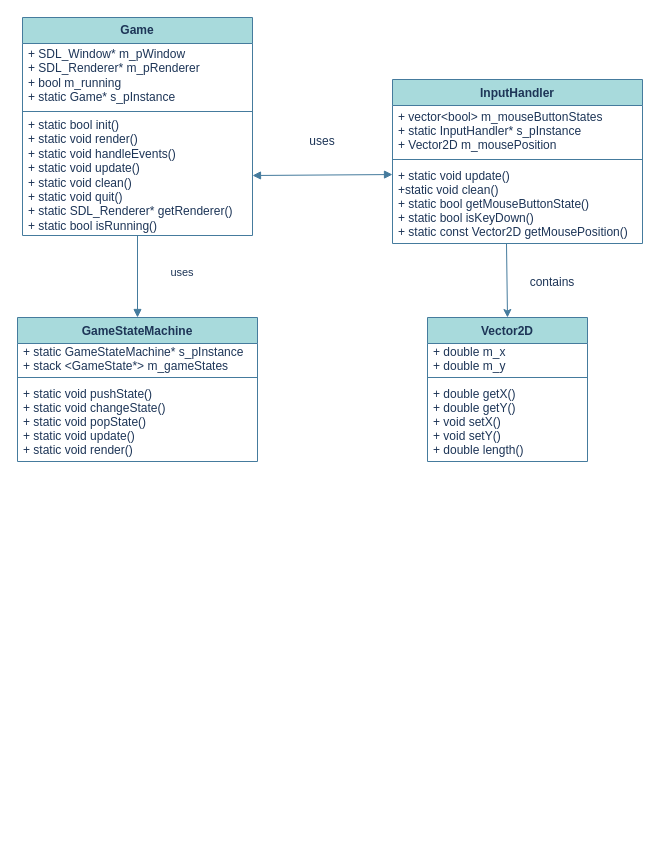
Earlier version of the draw.io diagram class-diagram.drawio (ThapeloSeletisha/SDL-Game_States). Source tidied: cells renumbered, new cells numbered last; positions are measured from the earlier drawing's top-left corner, leaving out a move shared by most shapes. Both pictures are drawn from the tidied source at 100%, with x=0, y=0 at pixel (17, 17).
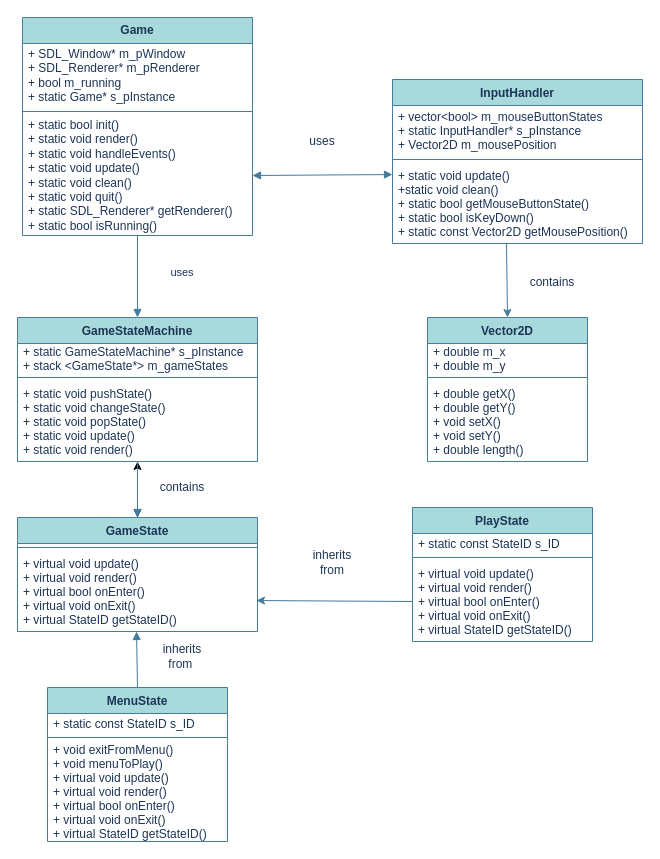
After the change.

Commit message (it also covers changes not shown here):
Update class-diagram

The change refers to these unchanged cells:
```xml
<mxCell id="18" value="GameStateMachine" style="swimlane;fontStyle=1;align=center;verticalAlign=middle;horizontal=1;startSize=26;fillColor=#A8DADC;strokeColor=#457B9D;fontColor=#1D3557;" parent="1" vertex="1">
  <mxGeometry y="300" width="240" height="144" as="geometry" />
</mxCell>
<mxCell id="21" value="+ static void pushState()&#10;+ static void changeState()&#10;+ static void popState()&#10;+ static void update()&#10;+ static void render()" style="text;strokeColor=none;fillColor=none;align=left;verticalAlign=middle;spacingLeft=4;spacingRight=4;overflow=hidden;points=[[0,0.5],[1,0.5]];portConstraint=eastwest;fontColor=#1D3557;" parent="18" vertex="1">
  <mxGeometry y="64" width="240" height="80" as="geometry" />
</mxCell>
```

What changed in the source:
```diff
@@
+    <mxCell id="24" style="edgeStyle=none;html=1;fontFamily=Helvetica;fontSize=12;fontColor=#1D3557;startSize=26;entryX=0.5;entryY=0;entryDx=0;entryDy=0;" parent="1" edge="1" source="18" target="26">
+      <mxGeometry relative="1" as="geometry" />
+    </mxCell>
@@
+    <mxCell id="25" style="edgeStyle=none;html=1;fontFamily=Helvetica;fontSize=12;fontColor=#1D3557;startSize=26;" parent="1" edge="1" source="26" target="21">
+      <mxGeometry relative="1" as="geometry" />
+    </mxCell>
+    <mxCell id="26" value="GameState" style="swimlane;fontStyle=1;align=center;verticalAlign=top;horizontal=1;startSize=26;fontFamily=Helvetica;fontSize=12;fontColor=#1D3557;strokeColor=#457B9D;fillColor=#A8DADC;" parent="1" vertex="1">
+      <mxGeometry y="500" width="240" height="114" as="geometry" />
+    </mxCell>
+    <mxCell id="27" style="line;strokeWidth=1;fillColor=none;align=left;verticalAlign=middle;spacingTop=-1;spacingLeft=3;spacingRight=3;labelPosition=right;fontFamily=Helvetica;fontSize=12;fontColor=#1D3557;startSize=26;strokeColor=#457B9D;labelBackgroundColor=#F1FAEE;" parent="26" vertex="1">
+      <mxGeometry y="26" width="240" height="8" as="geometry" />
+    </mxCell>
+    <mxCell id="28" value="+ virtual void update()&#10;+ virtual void render()&#10;+ virtual bool onEnter()&#10;+ virtual void onExit()&#10;+ virtual StateID getStateID()" style="text;strokeColor=none;fillColor=none;align=left;verticalAlign=middle;spacingLeft=4;spacingRight=4;overflow=hidden;points=[[0,0.5],[1,0.5]];portConstraint=eastwest;fontFamily=Helvetica;fontSize=12;fontColor=#1D3557;startSize=26;" parent="26" vertex="1">
+      <mxGeometry y="34" width="240" height="80" as="geometry" />
+    </mxCell>
+    <mxCell id="29" style="endArrow=block;html=1;fontFamily=Helvetica;fontSize=12;fontColor=#1D3557;exitX=0.5;exitY=1;exitDx=0;exitDy=0;entryX=0.5;entryY=0;entryDx=0;entryDy=0;labelBackgroundColor=#F1FAEE;align=left;strokeColor=#457B9D;endFill=1;fillColor=none;strokeWidth=1;spacingTop=-1;spacingLeft=3;spacingRight=3;exitPerimeter=0;" parent="1" edge="1" source="21" target="26">
+      <mxGeometry relative="1" as="geometry" />
+    </mxCell>
+    <mxCell id="30" value="contains" style="text;html=1;strokeColor=none;fillColor=none;align=center;verticalAlign=middle;whiteSpace=wrap;rounded=0;fontFamily=Helvetica;fontSize=12;fontColor=#1D3557;startSize=26;" parent="1" vertex="1">
+      <mxGeometry x="135" y="454.5" width="60" height="30" as="geometry" />
+    </mxCell>
+    <mxCell id="31" value="PlayState" style="swimlane;fontStyle=1;align=center;verticalAlign=top;horizontal=1;startSize=26;fillColor=#A8DADC;strokeColor=#457B9D;fontColor=#1D3557;" parent="1" vertex="1">
+      <mxGeometry x="395" y="490" width="180" height="134" as="geometry" />
+    </mxCell>
+    <mxCell id="32" value="+ static const StateID s_ID" style="text;strokeColor=none;fillColor=none;align=left;verticalAlign=middle;spacingLeft=4;spacingRight=4;overflow=hidden;fontColor=#1D3557;" parent="31" vertex="1">
+      <mxGeometry y="26" width="180" height="20" as="geometry" />
+    </mxCell>
+    <mxCell id="33" style="line;strokeWidth=1;fillColor=none;align=left;verticalAlign=middle;spacingTop=-1;spacingLeft=3;spacingRight=3;labelPosition=right;labelBackgroundColor=#F1FAEE;strokeColor=#457B9D;fontColor=#1D3557;" parent="31" vertex="1">
+      <mxGeometry y="46" width="180" height="8" as="geometry" />
+    </mxCell>
+    <mxCell id="34" value="+ virtual void update()&#10;+ virtual void render()&#10;+ virtual bool onEnter()&#10;+ virtual void onExit()&#10;+ virtual StateID getStateID()" style="text;strokeColor=none;fillColor=none;align=left;verticalAlign=middle;spacingLeft=4;spacingRight=4;overflow=hidden;points=[[0,0.5],[1,0.5]];portConstraint=eastwest;fontColor=#1D3557;" parent="31" vertex="1">
+      <mxGeometry y="54" width="180" height="80" as="geometry" />
+    </mxCell>
+    <mxCell id="35" value="MenuState" style="swimlane;fontStyle=1;align=center;verticalAlign=top;horizontal=1;startSize=26;fillColor=#A8DADC;strokeColor=#457B9D;fontColor=#1D3557;" parent="1" vertex="1">
+      <mxGeometry x="30" y="670" width="180" height="154" as="geometry" />
+    </mxCell>
+    <mxCell id="36" value="+ static const StateID s_ID" style="text;strokeColor=none;fillColor=none;align=left;verticalAlign=middle;spacingLeft=4;spacingRight=4;overflow=hidden;fontColor=#1D3557;" parent="35" vertex="1">
+      <mxGeometry y="26" width="180" height="20" as="geometry" />
+    </mxCell>
+    <mxCell id="37" style="line;strokeWidth=1;fillColor=none;align=left;verticalAlign=middle;spacingTop=-1;spacingLeft=3;spacingRight=3;labelPosition=right;labelBackgroundColor=#F1FAEE;strokeColor=#457B9D;fontColor=#1D3557;" parent="35" vertex="1">
+      <mxGeometry y="46" width="180" height="8" as="geometry" />
+    </mxCell>
+    <mxCell id="38" value="+ void exitFromMenu()&#10;+ void menuToPlay()&#10;+ virtual void update()&#10;+ virtual void render()&#10;+ virtual bool onEnter()&#10;+ virtual void onExit()&#10;+ virtual StateID getStateID()" style="text;strokeColor=none;fillColor=none;align=left;verticalAlign=middle;spacingLeft=4;spacingRight=4;overflow=hidden;fontColor=#1D3557;" parent="35" vertex="1">
+      <mxGeometry y="54" width="180" height="100" as="geometry" />
+    </mxCell>
+    <mxCell id="39" style="endArrow=block;html=1;fontFamily=Helvetica;fontSize=12;fontColor=#1D3557;exitX=0.5;exitY=0;exitDx=0;exitDy=0;entryX=0.496;entryY=1;entryDx=0;entryDy=0;entryPerimeter=0;labelBackgroundColor=#F1FAEE;align=left;strokeColor=#457B9D;endFill=1;fillColor=none;strokeWidth=1;spacingTop=-1;spacingLeft=3;spacingRight=3;" parent="1" edge="1" source="35" target="28">
+      <mxGeometry relative="1" as="geometry" />
+    </mxCell>
+    <mxCell id="40" value="inherits from&amp;nbsp;" style="text;html=1;strokeColor=none;fillColor=none;align=center;verticalAlign=middle;whiteSpace=wrap;rounded=0;fontFamily=Helvetica;fontSize=12;fontColor=#1D3557;startSize=26;" parent="1" vertex="1">
+      <mxGeometry x="135" y="624" width="60" height="30" as="geometry" />
+    </mxCell>
+    <mxCell id="41" style="endArrow=classic;html=1;rounded=1;labelBackgroundColor=#F1FAEE;fontFamily=Helvetica;fontSize=12;fontColor=#1D3557;strokeColor=#457B9D;strokeWidth=1;fillColor=none;shape=connector;exitX=0;exitY=0.5;exitDx=0;exitDy=0;entryX=0.996;entryY=0.613;entryDx=0;entryDy=0;entryPerimeter=0;" parent="1" edge="1" source="34" target="28">
+      <mxGeometry relative="1" as="geometry" />
+    </mxCell>
+    <mxCell id="42" value="inherits from" style="text;html=1;strokeColor=none;fillColor=none;align=center;verticalAlign=middle;whiteSpace=wrap;rounded=0;fontFamily=Helvetica;fontSize=12;fontColor=#1D3557;startSize=26;" parent="1" vertex="1">
+      <mxGeometry x="285" y="530" width="60" height="30" as="geometry" />
+    </mxCell>
```
